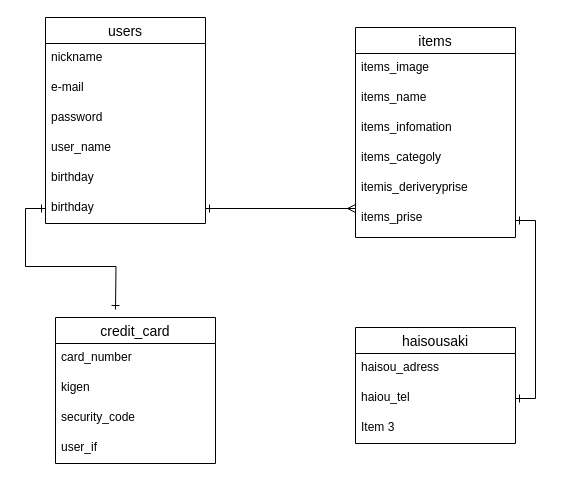
This is furima.dio from chishakiemiko/furima-28177, a draw.io file, before an edit. Source tidied: cells renumbered, new cells numbered last; positions are measured from the earlier drawing's top-left corner, leaving out a move shared by most shapes. Both pictures are drawn from the tidied source at 100%, with x=0, y=0 at pixel (45, 17).
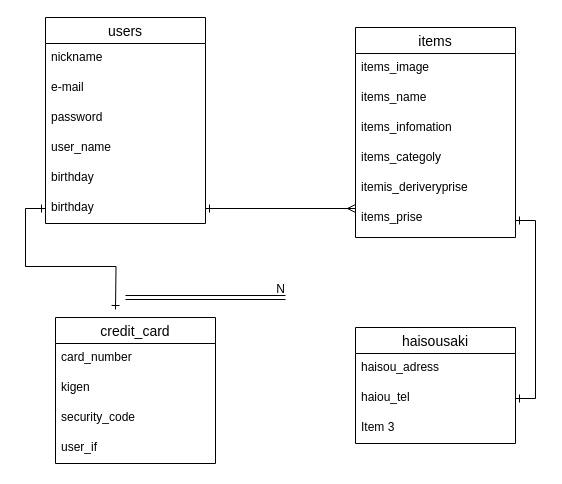
The same diagram, later.

Commit message:
ER図作成2回目

The edit, as a diff of the source:
```diff
@@
+    <mxCell id="28" style="shape=link;html=1;rounded=0;startArrow=ERone;startFill=0;endArrow=ERone;endFill=0;" parent="1" edge="1">
+      <mxGeometry relative="1" as="geometry">
+        <mxPoint x="80" y="280" as="sourcePoint" />
+        <mxPoint x="240" y="280" as="targetPoint" />
+      </mxGeometry>
+    </mxCell>
+    <mxCell id="29" value="N" style="html=1;align=right;verticalAlign=bottom;" parent="28" vertex="1">
+      <mxGeometry x="1" relative="1" as="geometry" />
+    </mxCell>
```
